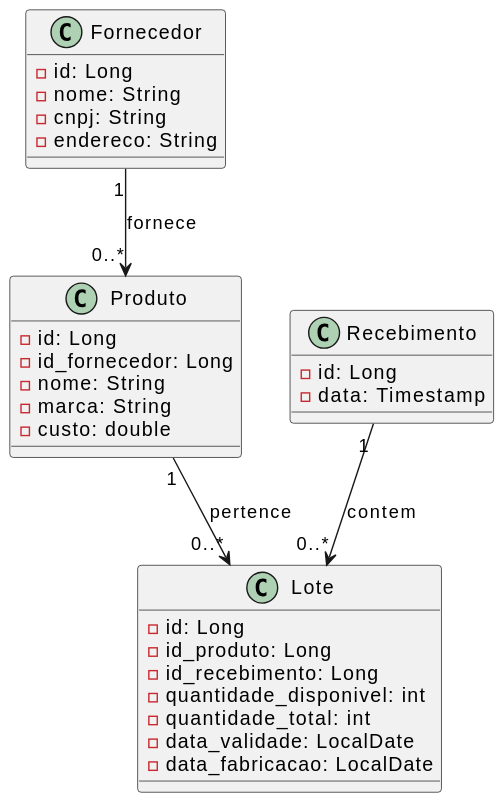
Earlier version of the PlantUML export docs/Diagramas/Classe/img/diagrama_classe_estoque.svg (anielmelo/marketManager).
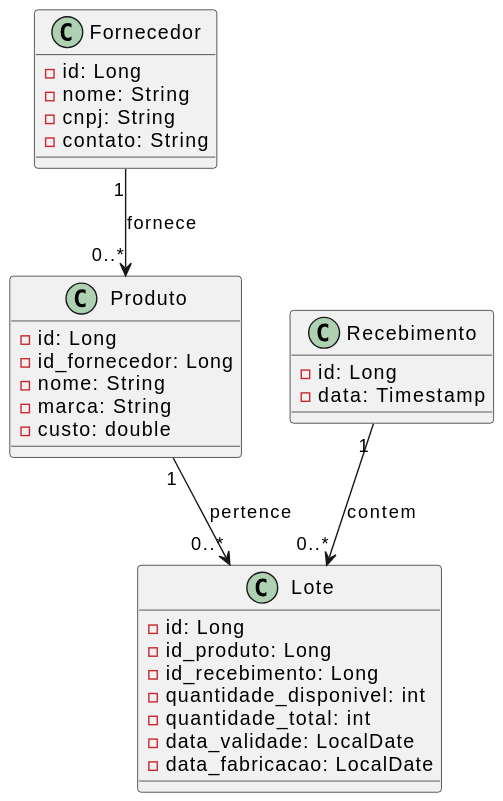
The same file after the commit.

Commit message:
docs: all diagrams and images

Change to the diagram source:
```diff
@@ -3,7 +3,7 @@
 	- id: Long
 	- nome: String
 	- cnpj: String
-	- endereco: String
+	- contato: String
 }
 
 class Produto {
```
